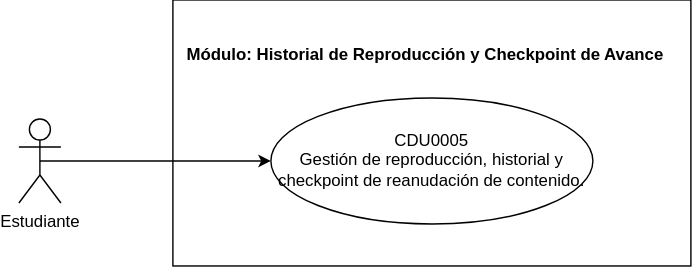
Before: Documentacion/CDU/CDU_PrimeraDescomposicion_M5_202307691.drawio.svg, a diagram exported from draw.io (thanya-gate/SA_PROYECTO_202307691). Source tidied: cells renumbered, new cells last; positions are measured from the earlier drawing's top-left corner, leaving out a move shared by most shapes. The source it was exported from:
```xml
<mxGraphModel>
  <root>
    <mxCell id="0" />
    <mxCell id="1" parent="0" />
    <mxCell id="2" value="Object" style="html=1;whiteSpace=wrap;" parent="1" vertex="1">
      <mxGeometry x="110" width="370" height="190" as="geometry" />
    </mxCell>
    <mxCell id="3" style="rounded=0;jettySize=auto;html=1;exitX=0.5;exitY=0.5;exitDx=0;exitDy=0;exitPerimeter=0;entryX=0;entryY=0.5;entryDx=0;entryDy=0;shape=wire;dashed=1;endArrow=classic;endFill=1;" parent="1" edge="1" source="4" target="5">
      <mxGeometry relative="1" as="geometry" />
    </mxCell>
    <mxCell id="4" value="Estudiante" style="shape=umlActor;verticalLabelPosition=bottom;verticalAlign=top;html=1;" parent="1" vertex="1">
      <mxGeometry y="85" width="30" height="60" as="geometry" />
    </mxCell>
    <mxCell id="5" value="CDU0005&lt;div&gt;Gestión de reproducción, historial y checkpoint de reanudación de contenido.&lt;/div&gt;" style="ellipse;whiteSpace=wrap;html=1;" parent="1" vertex="1">
      <mxGeometry x="180" y="70" width="230" height="90" as="geometry" />
    </mxCell>
    <mxCell id="6" value="Módulo:&amp;nbsp;Historial de Reproducción y Checkpoint de Avance" style="text;align=center;fontStyle=1;verticalAlign=middle;spacingLeft=3;spacingRight=3;strokeColor=none;html=1;" parent="1" vertex="1">
      <mxGeometry x="250" y="27" width="80" height="26" as="geometry" />
    </mxCell>
  </root>
</mxGraphModel>
```
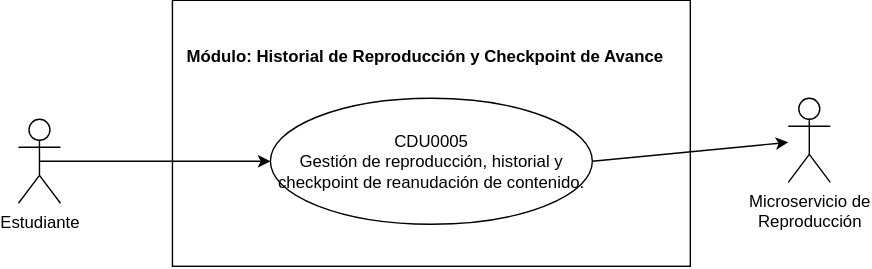
Above is the later version.

Diff of the diagram source:
```diff
@@ -11,11 +11,17 @@
     <mxCell id="4" value="Estudiante" style="shape=umlActor;verticalLabelPosition=bottom;verticalAlign=top;html=1;" parent="1" vertex="1">
       <mxGeometry y="85" width="30" height="60" as="geometry" />
     </mxCell>
+    <mxCell id="7" style="rounded=0;jettySize=auto;html=1;exitX=1;exitY=0.5;exitDx=0;exitDy=0;" parent="1" edge="1" source="5" target="8">
+      <mxGeometry relative="1" as="geometry" />
+    </mxCell>
     <mxCell id="5" value="CDU0005&lt;div&gt;Gestión de reproducción, historial y checkpoint de reanudación de contenido.&lt;/div&gt;" style="ellipse;whiteSpace=wrap;html=1;" parent="1" vertex="1">
       <mxGeometry x="180" y="70" width="230" height="90" as="geometry" />
     </mxCell>
     <mxCell id="6" value="Módulo:&amp;nbsp;Historial de Reproducción y Checkpoint de Avance" style="text;align=center;fontStyle=1;verticalAlign=middle;spacingLeft=3;spacingRight=3;strokeColor=none;html=1;" parent="1" vertex="1">
       <mxGeometry x="250" y="27" width="80" height="26" as="geometry" />
     </mxCell>
+    <mxCell id="8" value="Microservicio de&lt;div&gt;Reproducción&lt;/div&gt;" style="shape=umlActor;verticalLabelPosition=bottom;verticalAlign=top;html=1;" parent="1" vertex="1">
+      <mxGeometry x="550" y="70" width="30" height="60" as="geometry" />
+    </mxCell>
   </root>
 </mxGraphModel>
```
